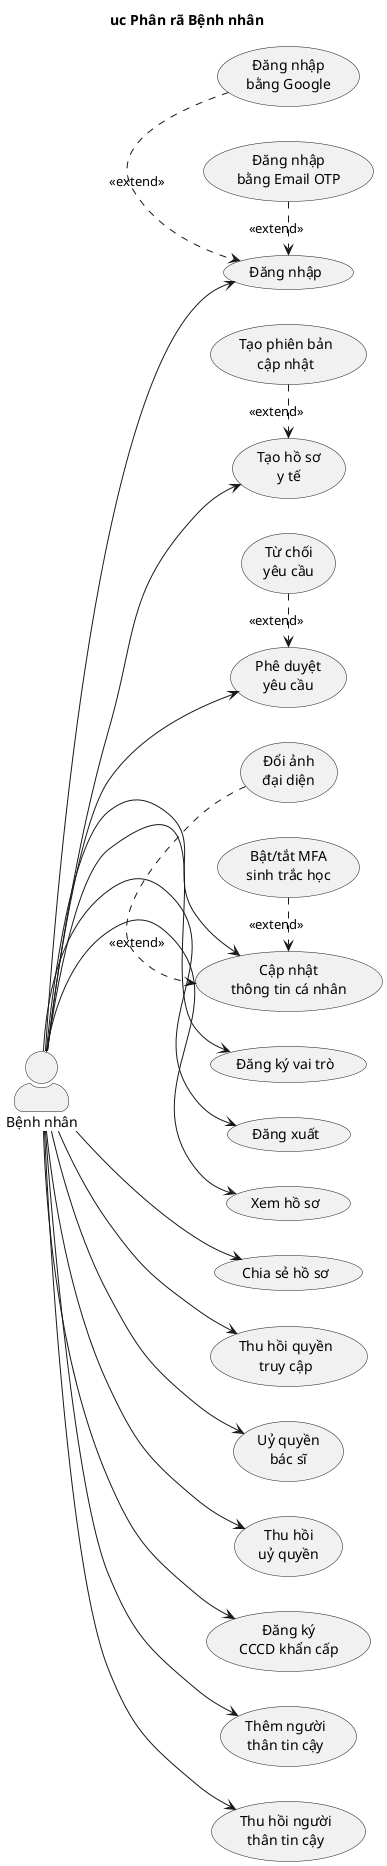
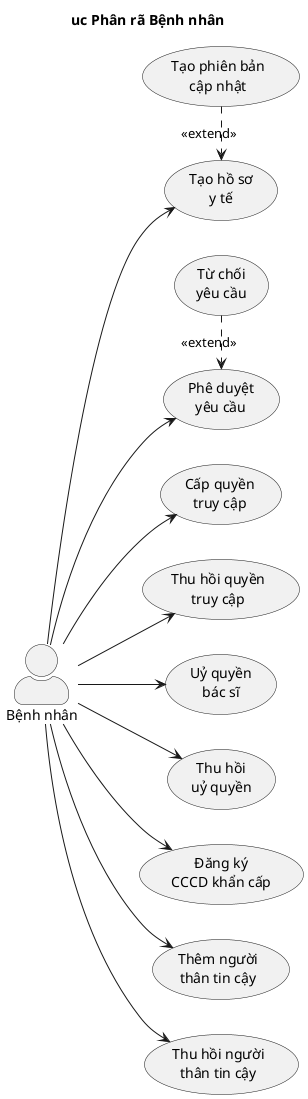
@startuml uc-benh-nhan
title uc Phân rã Bệnh nhân
left to right direction
skinparam packageStyle rectangle
skinparam actorStyle awesome

actor "Bệnh nhân" as Patient

- usecase "Đăng ký vai trò" as UC_Register
- usecase "Đăng nhập" as UC_Login
- usecase "Đăng nhập\nbằng Google" as UC_LoginGoogle
- usecase "Đăng nhập\nbằng Email OTP" as UC_LoginEmail
- usecase "Đăng xuất" as UC_Logout
- 
usecase "Tạo hồ sơ\ny tế" as UC_Create
usecase "Tạo phiên bản\ncập nhật" as UC_Update
- usecase "Xem hồ sơ" as UC_View

- usecase "Chia sẻ hồ sơ" as UC_Share
+ usecase "Cấp quyền\ntruy cập" as UC_Grant
usecase "Thu hồi quyền\ntruy cập" as UC_Revoke
+ 
usecase "Uỷ quyền\nbác sĩ" as UC_Delegate
usecase "Thu hồi\nuỷ quyền" as UC_RevokeDelegate

usecase "Phê duyệt\nyêu cầu" as UC_Approve
usecase "Từ chối\nyêu cầu" as UC_Reject

usecase "Đăng ký\nCCCD khẩn cấp" as UC_Cccd
usecase "Thêm người\nthân tin cậy" as UC_AddTC
usecase "Thu hồi người\nthân tin cậy" as UC_RemoveTC

- usecase "Cập nhật\nthông tin cá nhân" as UC_EditProfile
- usecase "Đổi ảnh\nđại diện" as UC_Avatar
- usecase "Bật/tắt MFA\nsinh trắc học" as UC_MFA
- 
- Patient --> UC_Register
- Patient --> UC_Login
- Patient --> UC_Logout
Patient --> UC_Create
- Patient --> UC_View
- Patient --> UC_Share
+ Patient --> UC_Grant
Patient --> UC_Revoke
Patient --> UC_Delegate
Patient --> UC_RevokeDelegate
Patient --> UC_Approve
Patient --> UC_Cccd
Patient --> UC_AddTC
Patient --> UC_RemoveTC
- Patient --> UC_EditProfile

- UC_LoginGoogle .> UC_Login : <<extend>>
- UC_LoginEmail .> UC_Login : <<extend>>
- UC_Update .> UC_Create : <<extend>>
+ UC_Update .> UC_Create  : <<extend>>
UC_Reject .> UC_Approve : <<extend>>
- UC_Avatar .> UC_EditProfile : <<extend>>
- UC_MFA .> UC_EditProfile : <<extend>>

@enduml
